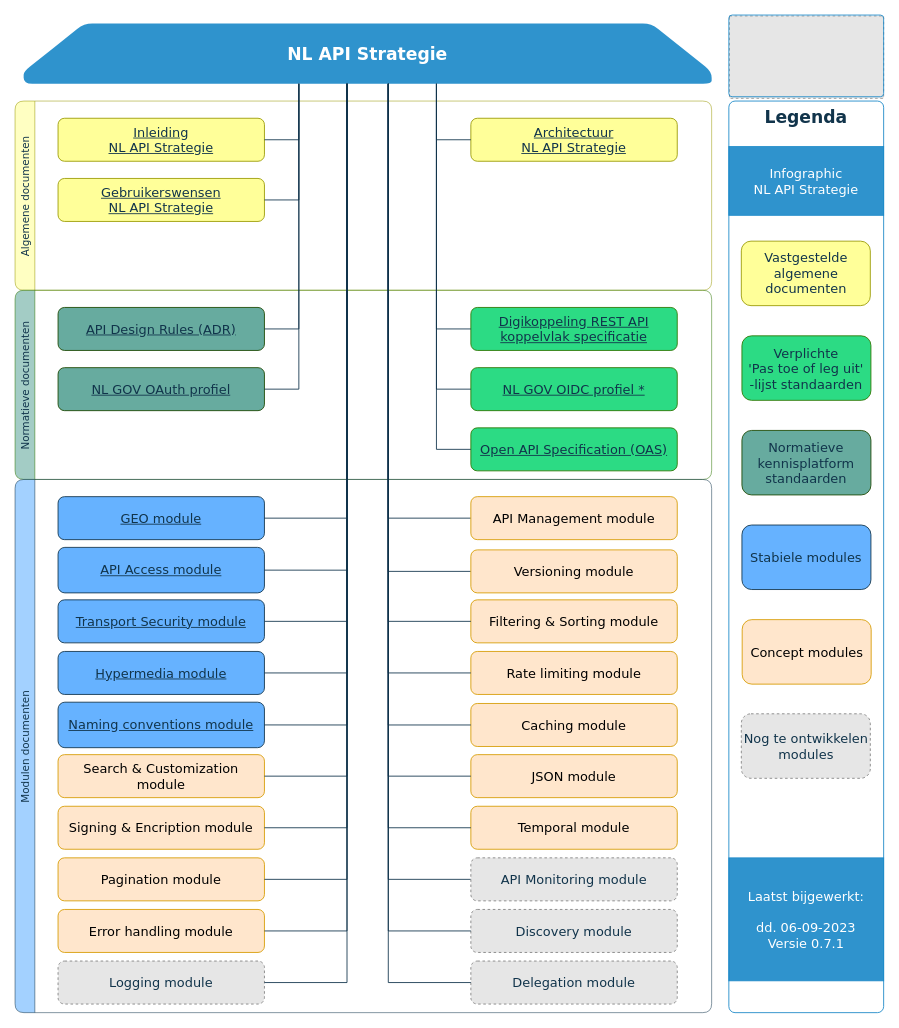
Above: page "versie 07" (1 of 2) of media/API infographic.drawio in Geonovum/KP-APIs (draw.io), before the change. Source tidied: cells renumbered, new cells numbered last; positions are measured from the earlier drawing's top-left corner, leaving out a move shared by most shapes. Both pictures are drawn from the tidied source at 86%, with x=0, y=0 at pixel (15, 15). Pictures stored in the file or linked from it are replaced by grey dashed boxes.
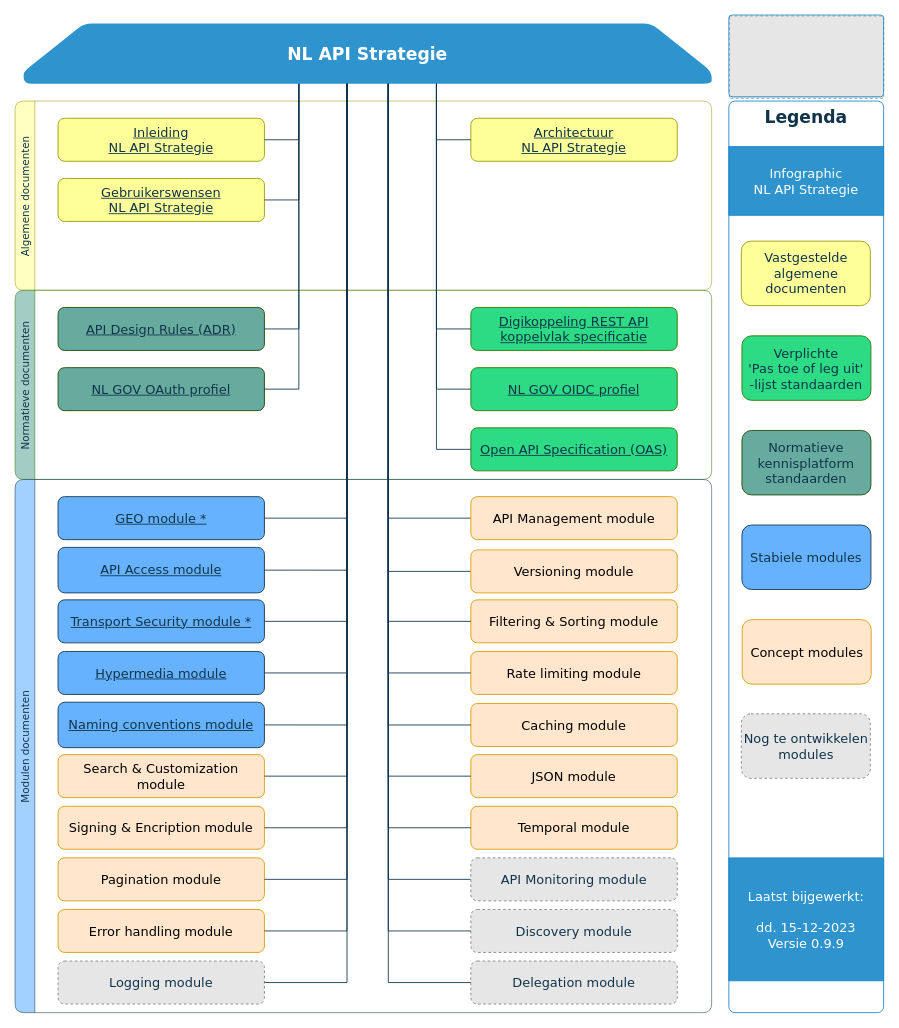
Above is the later version.

Commit message (it also covers changes not shown here):
modulaire versie ter vaststelling klaarzetten

Unchanged cells that the change refers to:
```xml
<mxCell id="12" value="Normatieve documenten" style="swimlane;horizontal=0;rounded=1;strokeColor=#2D7600;fillColor=#67AB9F;fontFamily=Verdana;fontStyle=0;opacity=60;fontColor=#11344B;fontSize=12;" parent="1" vertex="1">
  <mxGeometry y="320" width="810" height="220" as="geometry" />
</mxCell>
<mxCell id="19" value="Modulen documenten" style="swimlane;horizontal=0;rounded=1;strokeColor=#11344B;fillColor=#66B2FF;fontFamily=Verdana;fontStyle=0;opacity=60;fontColor=#11344B;fontSize=12;" parent="1" vertex="1">
  <mxGeometry y="540" width="810" height="620" as="geometry" />
</mxCell>
```

Diff of the diagram source:
```diff
@@
-    <mxCell id="17" value="NL GOV OIDC profiel *" style="rounded=1;whiteSpace=wrap;html=1;fontSize=15;fontStyle=4;fillColor=#2CDB84;strokeColor=#2D7600;fontColor=#11344B;fontFamily=Verdana;" parent="12" vertex="1">
+    <mxCell id="17" value="NL GOV OIDC profiel" style="rounded=1;whiteSpace=wrap;html=1;fontSize=15;fontStyle=4;fillColor=#2CDB84;strokeColor=#2D7600;fontColor=#11344B;fontFamily=Verdana;" parent="12" vertex="1">
       <mxGeometry x="530" y="90" width="240" height="50" as="geometry" />
     </mxCell>
@@
-    <mxCell id="20" value="GEO module" style="rounded=1;whiteSpace=wrap;html=1;fontSize=15;fontStyle=4;fillColor=#66B2FF;strokeColor=#11344B;fontColor=#11344B;fontFamily=Verdana;" parent="19" vertex="1">
+    <mxCell id="20" value="GEO module *" style="rounded=1;whiteSpace=wrap;html=1;fontSize=15;fontStyle=4;fillColor=#66B2FF;strokeColor=#11344B;fontColor=#11344B;fontFamily=Verdana;" parent="19" vertex="1">
       <mxGeometry x="50" y="20" width="240" height="50" as="geometry" />
     </mxCell>
-    <mxCell id="21" value="Transport Security module&lt;br style=&quot;font-size: 15px;&quot;&gt;" style="rounded=1;whiteSpace=wrap;html=1;fontSize=15;fontStyle=4;fillColor=#66B2FF;strokeColor=#11344B;fontColor=#11344B;fontFamily=Verdana;" parent="19" vertex="1">
+    <mxCell id="21" value="Transport Security module *" style="rounded=1;whiteSpace=wrap;html=1;fontSize=15;fontStyle=4;fillColor=#66B2FF;strokeColor=#11344B;fontColor=#11344B;fontFamily=Verdana;" parent="19" vertex="1">
       <mxGeometry x="50" y="140" width="240" height="50" as="geometry" />
     </mxCell>
@@
-    <mxCell id="51" value="Laatst bijgewerkt:&lt;br&gt;&lt;br&gt;dd. 06-09-2023&lt;br&gt;Versie 0.7.1" style="text;html=1;strokeColor=#1988C8;fillColor=#1988C8;align=center;verticalAlign=middle;whiteSpace=wrap;rounded=0;fontFamily=Verdana;fontSize=15;fontColor=#FFFFFF;opacity=90;" parent="1" vertex="1">
+    <mxCell id="51" value="Laatst bijgewerkt:&lt;br&gt;&lt;br&gt;dd. 15-12-2023&lt;br&gt;Versie 0.9.9" style="text;html=1;strokeColor=#1988C8;fillColor=#1988C8;align=center;verticalAlign=middle;whiteSpace=wrap;rounded=0;fontFamily=Verdana;fontSize=15;fontColor=#FFFFFF;opacity=90;" parent="1" vertex="1">
       <mxGeometry x="830" y="980" width="180" height="143" as="geometry" />
     </mxCell>
```
